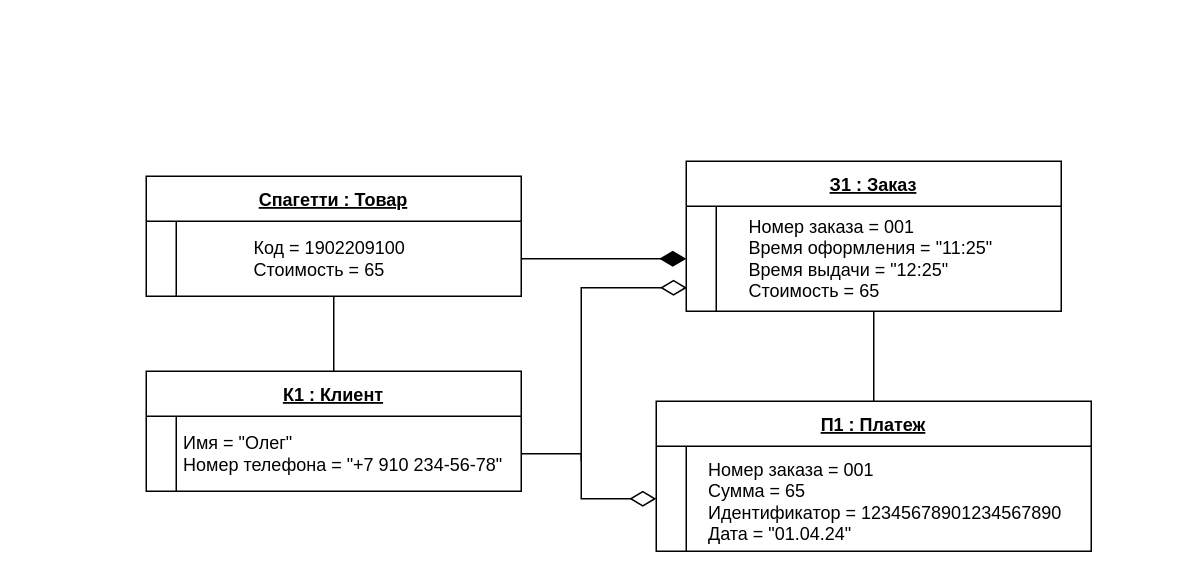
Earlier version of the draw.io diagram Диаграмма без названия.drawio (Ksenix-CopLLeRe/preparation). Source tidied: cells renumbered, new cells numbered last; positions are measured from the earlier drawing's top-left corner, leaving out a move shared by most shapes. Both pictures are drawn from the tidied source at 150%, with x=0, y=0 at pixel (146, 160).
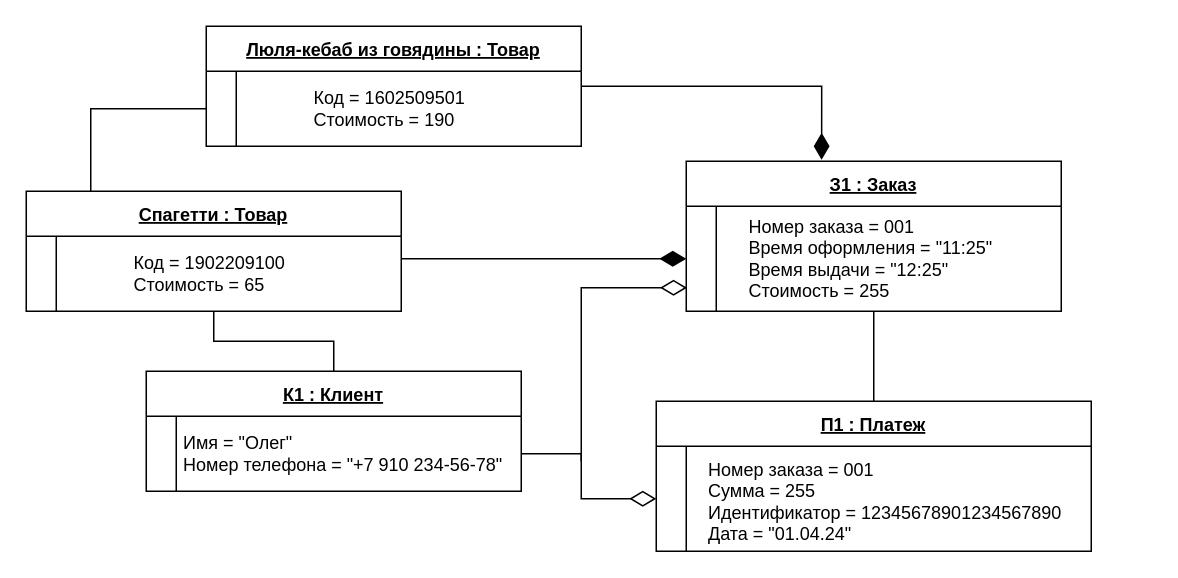
The same diagram, later.

The change refers to these unchanged cells:
```xml
<mxCell id="8" style="group;" parent="1" vertex="1">
  <mxGeometry x="360" width="250" height="100" as="geometry" />
</mxCell>
<mxCell id="9" value="З1 : Заказ" style="shape=table;startSize=30;childLayout=tableLayout;rowLines=0;fontStyle=5;align=center;" parent="8" vertex="1">
  <mxGeometry width="250" height="100" as="geometry" />
</mxCell>
<mxCell id="15" value="Спагетти : Товар" style="shape=table;startSize=30;childLayout=tableLayout;rowLines=0;fontStyle=5;align=center;" parent="14" vertex="1">
  <mxGeometry width="250" height="80" as="geometry" />
</mxCell>
<mxCell id="20" style="group;" parent="1" vertex="1">
  <mxGeometry x="340" y="160" width="330" height="100" as="geometry" />
</mxCell>
```

The edit, as a diff of the source:
```diff
@@
-    <mxCell id="13" value="Номер заказа = 001&lt;div&gt;Время оформления = &quot;11:25&quot;&lt;/div&gt;&lt;div&gt;Время выдачи = &quot;12:25&quot;&lt;/div&gt;&lt;div&gt;Стоимость = 65&amp;nbsp;&lt;/div&gt;" style="text;strokeColor=none;align=left;fillColor=none;html=1;verticalAlign=middle;whiteSpace=wrap;rounded=0;" parent="8" vertex="1">
+    <mxCell id="13" value="Номер заказа = 001&lt;div&gt;Время оформления = &quot;11:25&quot;&lt;/div&gt;&lt;div&gt;Время выдачи = &quot;12:25&quot;&lt;/div&gt;&lt;div&gt;Стоимость = 255&amp;nbsp;&lt;/div&gt;" style="text;strokeColor=none;align=left;fillColor=none;html=1;verticalAlign=middle;whiteSpace=wrap;rounded=0;" parent="8" vertex="1">
       <mxGeometry x="40" y="50" width="185" height="30" as="geometry" />
     </mxCell>
     <mxCell id="14" style="group;" parent="1" vertex="1">
-      <mxGeometry y="10" width="250" height="80" as="geometry" />
+      <mxGeometry x="-80" y="20" width="250" height="80" as="geometry" />
     </mxCell>
@@
-    <mxCell id="25" value="&lt;div&gt;Номер заказа = 001&lt;/div&gt;Сумма = 65&lt;div&gt;Идентификатор = 12345678901234567890&amp;nbsp;&lt;/div&gt;&lt;div&gt;Дата = &quot;01.04.24&quot;&lt;/div&gt;" style="text;strokeColor=none;align=left;fillColor=none;html=1;verticalAlign=middle;whiteSpace=wrap;rounded=0;" parent="20" vertex="1">
+    <mxCell id="25" value="&lt;div&gt;Номер заказа = 001&lt;/div&gt;Сумма = 255&lt;div&gt;Идентификатор = 12345678901234567890&amp;nbsp;&lt;/div&gt;&lt;div&gt;Дата = &quot;01.04.24&quot;&lt;/div&gt;" style="text;strokeColor=none;align=left;fillColor=none;html=1;verticalAlign=middle;whiteSpace=wrap;rounded=0;" parent="20" vertex="1">
       <mxGeometry x="32.5" y="50" width="257.5" height="33.3" as="geometry" />
     </mxCell>
@@
+    <mxCell id="31" style="group;" parent="1" vertex="1">
+      <mxGeometry x="40" y="-90" width="250" height="80" as="geometry" />
+    </mxCell>
+    <mxCell id="32" value="Люля-кебаб из говядины : Товар" style="shape=table;startSize=30;childLayout=tableLayout;rowLines=0;fontStyle=5;align=center;" parent="31" vertex="1">
+      <mxGeometry width="250" height="80" as="geometry" />
+    </mxCell>
+    <mxCell id="33" style="shape=partialRectangle;fillColor=none;points=[[0,0.5],[1,0.5]];portConstraint=eastwest;top=0;left=0;right=0;bottom=0;" parent="32" vertex="1">
+      <mxGeometry y="30" width="250" height="50" as="geometry" />
+    </mxCell>
+    <mxCell id="34" style="shape=partialRectangle;overflow=hidden;fillColor=none;top=0;left=0;bottom=0;right=0;" parent="33" vertex="1">
+      <mxGeometry width="20" height="50" as="geometry" />
+    </mxCell>
+    <mxCell id="35" style="shape=partialRectangle;overflow=hidden;fillColor=none;top=0;left=0;bottom=0;right=0;align=left;spacingLeft=6;" parent="33" vertex="1">
+      <mxGeometry x="20" width="230" height="50" as="geometry" />
+    </mxCell>
+    <mxCell id="36" value="Код = 1602509501&lt;div&gt;Стоимость = 190&lt;/div&gt;" style="text;strokeColor=none;align=left;fillColor=none;html=1;verticalAlign=middle;whiteSpace=wrap;rounded=0;" parent="31" vertex="1">
+      <mxGeometry x="70" y="40" width="160" height="30" as="geometry" />
+    </mxCell>
+    <mxCell id="37" style="edgeStyle=orthogonalEdgeStyle;rounded=0;jettySize=auto;html=1;entryX=0.172;entryY=0;entryDx=0;entryDy=0;entryPerimeter=0;endArrow=none;endFill=0;exitX=0;exitY=0.5;exitDx=0;exitDy=0;" parent="1" edge="1" source="33" target="15">
+      <mxGeometry relative="1" as="geometry" />
+    </mxCell>
+    <mxCell id="38" style="edgeStyle=orthogonalEdgeStyle;rounded=0;jettySize=auto;html=1;entryX=0.361;entryY=-0.01;entryDx=0;entryDy=0;entryPerimeter=0;endArrow=diamondThin;endFill=1;endSize=15;" parent="1" edge="1" source="32" target="9">
+      <mxGeometry relative="1" as="geometry" />
+    </mxCell>
```
